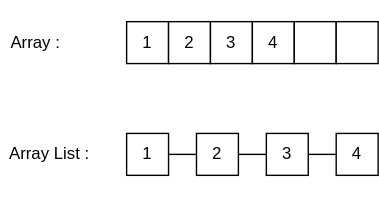
mdgome/mdgome.github.io keeps this draw.io diagram as asset/img/arrayList.svg. Above is the earlier version. Source tidied: cells renumbered, new cells last; positions are measured from the earlier drawing's top-left corner, leaving out a move shared by most shapes.
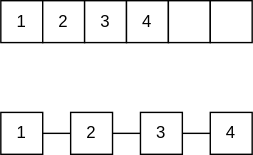
Later version of the same file.

What changed in the source:
```diff
@@ -41,11 +41,5 @@
     <mxCell id="14" value="4" style="rounded=0;whiteSpace=wrap;html=1;" parent="1" vertex="1">
       <mxGeometry x="240" y="95" width="30" height="30" as="geometry" />
     </mxCell>
-    <mxCell id="15" value="Array :" style="rounded=0;whiteSpace=wrap;html=1;strokeColor=#ffffff;fillColor=none;" parent="1" vertex="1">
-      <mxGeometry width="50" height="60" as="geometry" />
-    </mxCell>
-    <mxCell id="16" value="Array List :" style="rounded=0;whiteSpace=wrap;html=1;strokeColor=#ffffff;fillColor=none;" parent="1" vertex="1">
-      <mxGeometry y="80" width="70" height="60" as="geometry" />
-    </mxCell>
   </root>
 </mxGraphModel>
```
